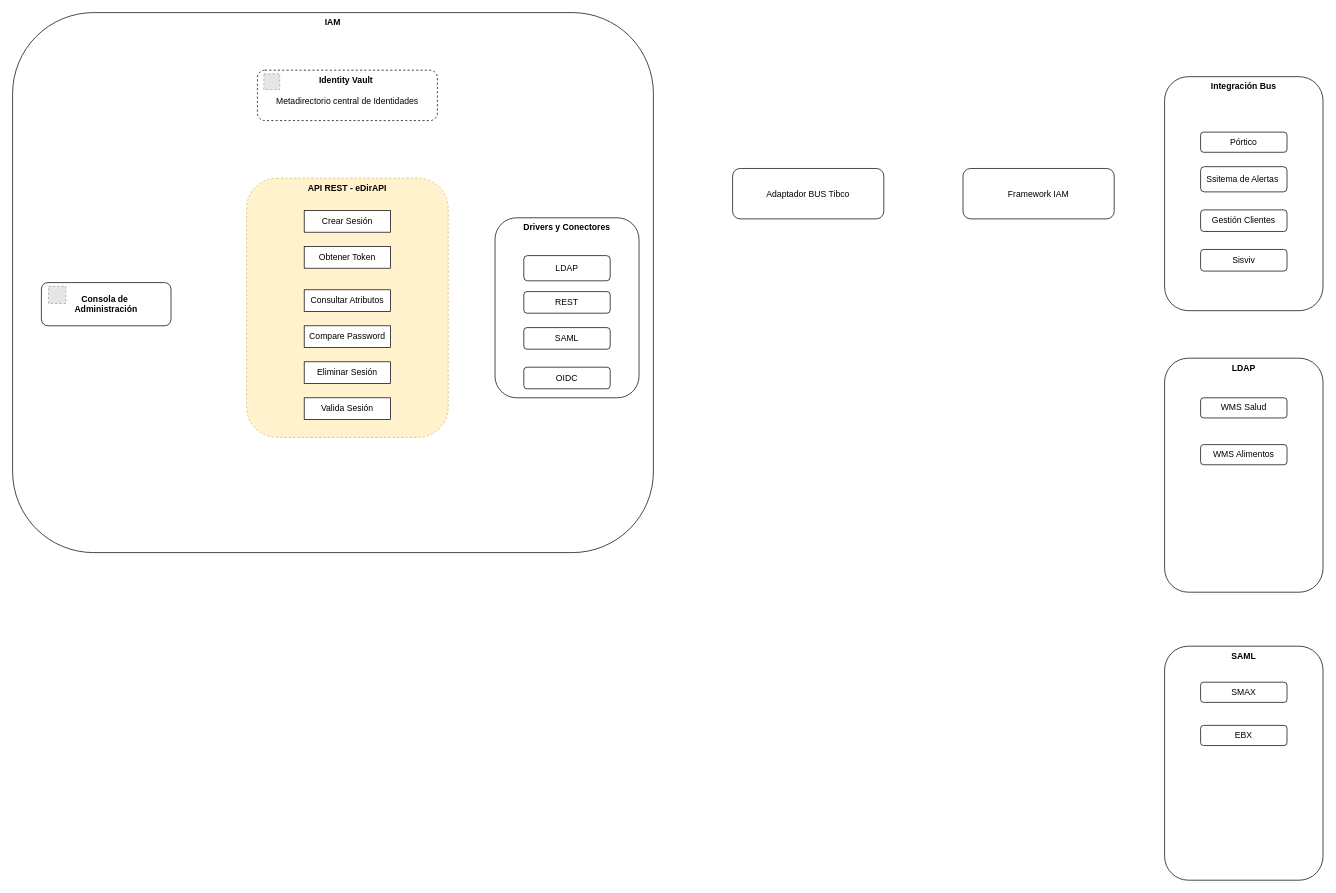
The draw.io diagram IAM.drawio in carlosvalderrama1204/diagrams, before the edit. Source tidied: cells renumbered, new cells numbered last; positions are measured from the earlier drawing's top-left corner, leaving out a move shared by most shapes. Both pictures are drawn from the tidied source at 72%, with x=0, y=0 at pixel (12, 12). Pictures stored in the file or linked from it are replaced by grey dashed boxes.
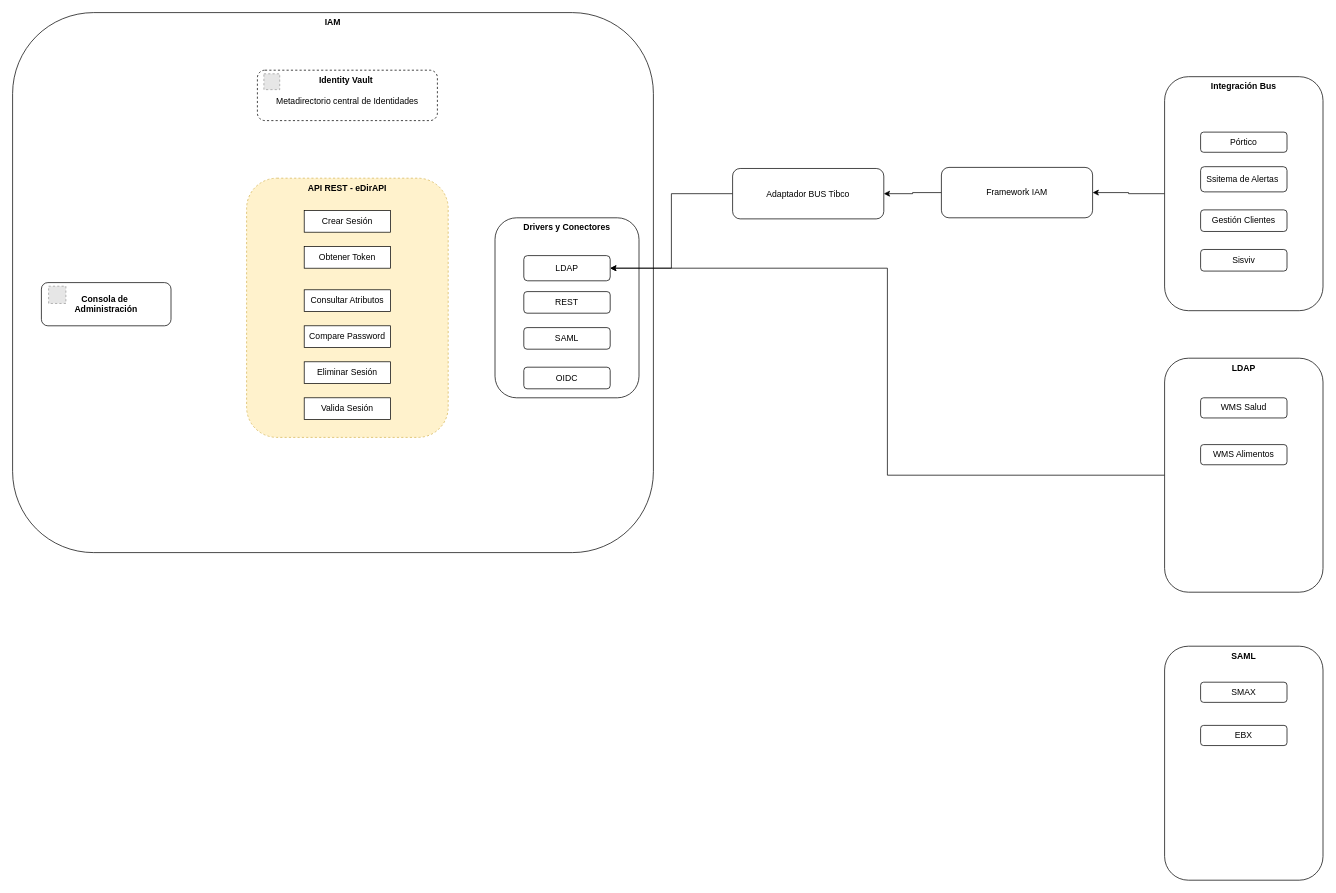
The same diagram, later.

The change refers to these unchanged cells:
```xml
<mxCell id="2" value="Integración Bus" style="rounded=1;whiteSpace=wrap;html=1;verticalAlign=top;fontStyle=1;" parent="1" vertex="1">
  <mxGeometry x="1600" y="89" width="220" height="325" as="geometry" />
</mxCell>
<mxCell id="16" value="LDAP" style="rounded=1;whiteSpace=wrap;html=1;" parent="1" vertex="1">
  <mxGeometry x="710" y="337.5" width="120" height="35" as="geometry" />
</mxCell>
<mxCell id="25" value="Adaptador BUS Tibco" style="rounded=1;whiteSpace=wrap;html=1;" parent="1" vertex="1">
  <mxGeometry x="1000" y="216.5" width="210" height="70" as="geometry" />
</mxCell>
<mxCell id="26" value="LDAP" style="rounded=1;whiteSpace=wrap;html=1;verticalAlign=top;fontStyle=1;" parent="1" vertex="1">
  <mxGeometry x="1600" y="480" width="220" height="325" as="geometry" />
</mxCell>
```

What changed in the source:
```diff
@@
+    <mxCell id="32" style="edgeStyle=orthogonalEdgeStyle;rounded=0;jettySize=auto;html=1;entryX=1;entryY=0.5;entryDx=0;entryDy=0;" parent="1" edge="1" source="2" target="24">
+      <mxGeometry relative="1" as="geometry" />
+    </mxCell>
@@
+    <mxCell id="33" style="edgeStyle=orthogonalEdgeStyle;rounded=0;jettySize=auto;html=1;" parent="1" edge="1" source="24" target="25">
+      <mxGeometry relative="1" as="geometry" />
+    </mxCell>
     <mxCell id="24" value="Framework IAM" style="rounded=1;whiteSpace=wrap;html=1;" parent="1" vertex="1">
-      <mxGeometry x="1320" y="216.5" width="210" height="70" as="geometry" />
+      <mxGeometry x="1290" y="215" width="210" height="70" as="geometry" />
     </mxCell>
+    <mxCell id="34" style="edgeStyle=orthogonalEdgeStyle;rounded=0;jettySize=auto;html=1;entryX=1;entryY=0.5;entryDx=0;entryDy=0;" parent="1" edge="1" source="25" target="16">
+      <mxGeometry relative="1" as="geometry" />
+    </mxCell>
@@
+    <mxCell id="35" style="edgeStyle=orthogonalEdgeStyle;rounded=0;jettySize=auto;html=1;entryX=1;entryY=0.5;entryDx=0;entryDy=0;" parent="1" edge="1" source="26" target="16">
+      <mxGeometry relative="1" as="geometry" />
+    </mxCell>
```
